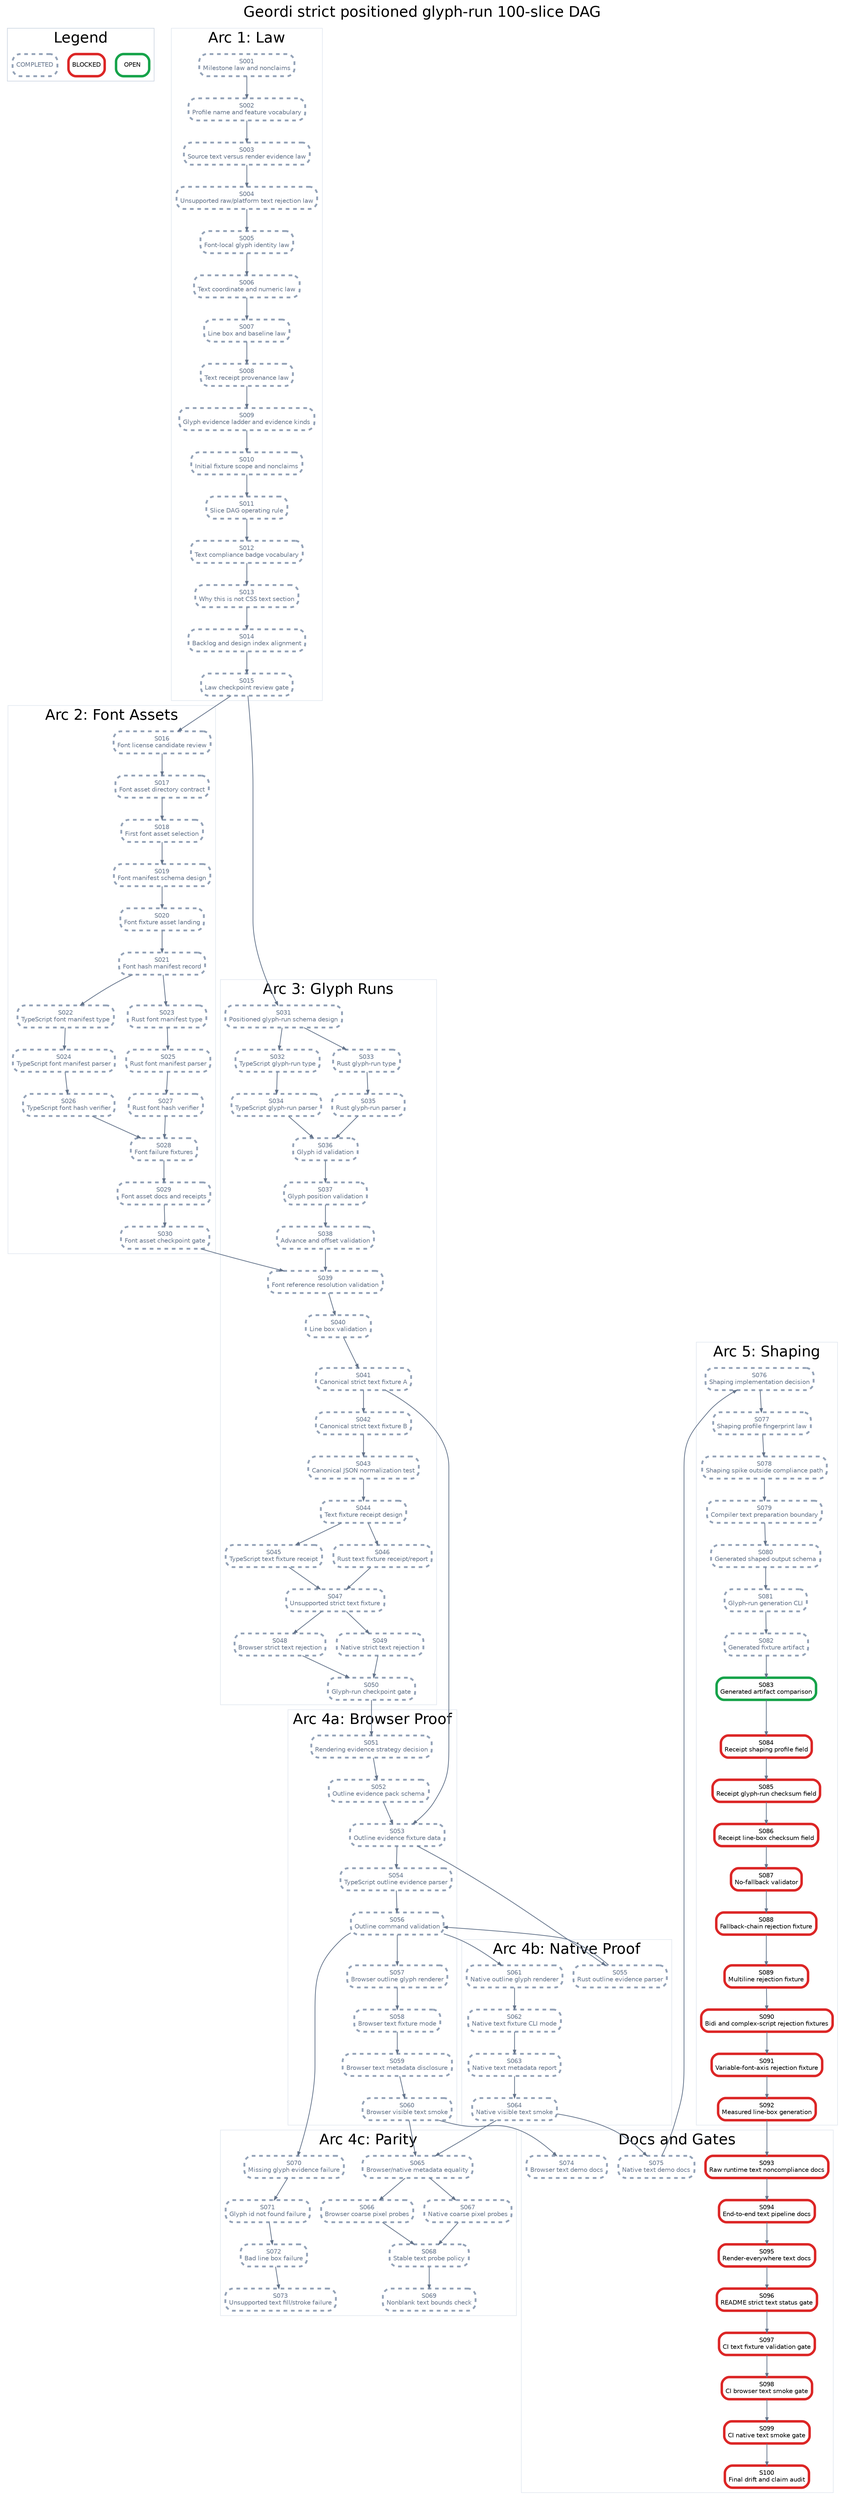
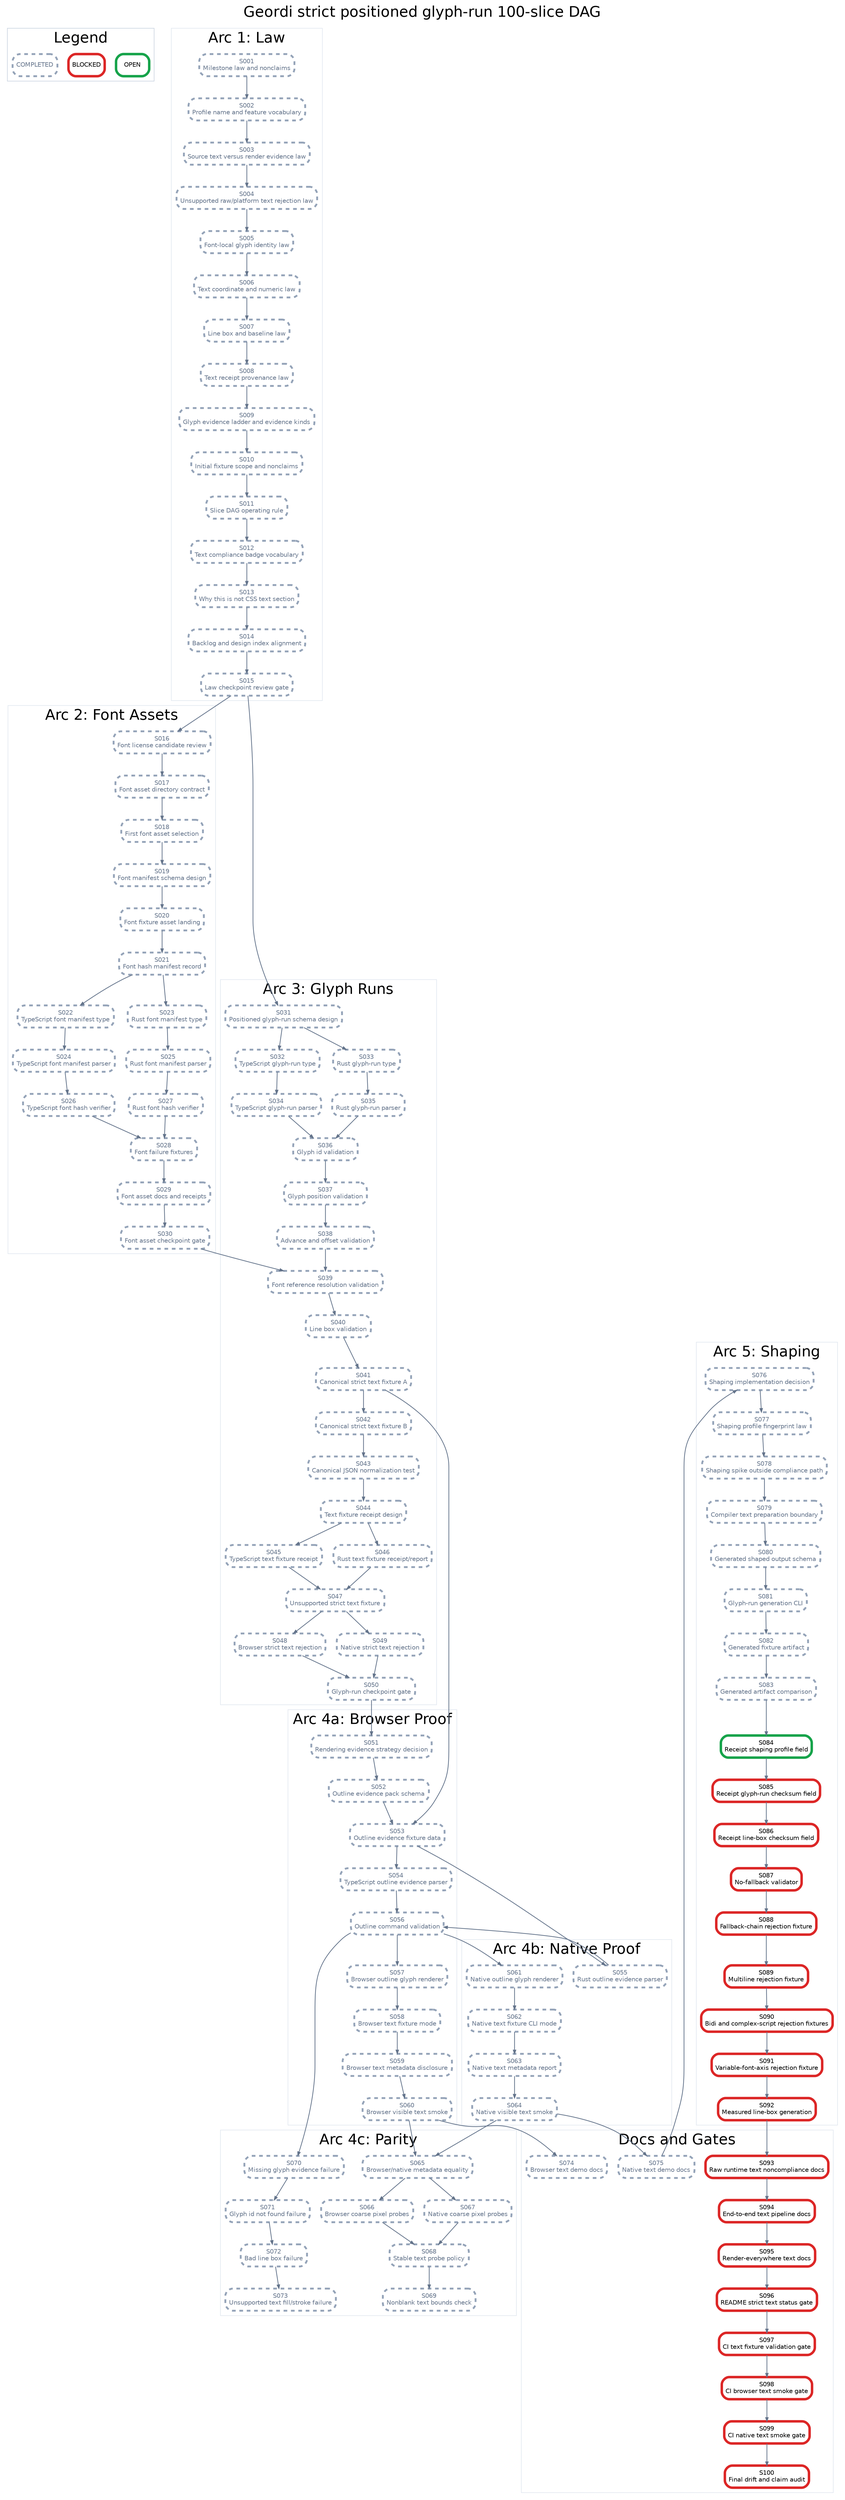
digraph StrictPositionedGlyphRunPlan {
  graph [rankdir=TB, bgcolor="white", fontname="Helvetica", label="Geordi strict positioned glyph-run 100-slice DAG", labelloc="t", fontsize=24];
  node [shape=box, style="rounded,filled", fillcolor="white", fontname="Helvetica", fontsize=10, margin="0.08,0.05"];
  edge [color="#64748b", arrowsize=0.6, penwidth=1.2];

  subgraph cluster_legend {
    label="Legend";
    color="#cbd5e1";
    legend_open [label="OPEN", color="#16a34a", penwidth=4];
    legend_blocked [label="BLOCKED", color="#dc2626", penwidth=4];
    legend_done [label="COMPLETED", color="#94a3b8", penwidth=3, style="rounded,filled,dashed", fontcolor="#64748b"];
  }

  subgraph cluster_law {
    label="Arc 1: Law";
    color="#e2e8f0";
    S001 [label="S001\nMilestone law and nonclaims", color="#94a3b8", penwidth=3, style="rounded,filled,dashed", fontcolor="#64748b"];
    S002 [label="S002\nProfile name and feature vocabulary", color="#94a3b8", penwidth=3, style="rounded,filled,dashed", fontcolor="#64748b"];
    S003 [label="S003\nSource text versus render evidence law", color="#94a3b8", penwidth=3, style="rounded,filled,dashed", fontcolor="#64748b"];
    S004 [label="S004\nUnsupported raw/platform text rejection law", color="#94a3b8", penwidth=3, style="rounded,filled,dashed", fontcolor="#64748b"];
    S005 [label="S005\nFont-local glyph identity law", color="#94a3b8", penwidth=3, style="rounded,filled,dashed", fontcolor="#64748b"];
    S006 [label="S006\nText coordinate and numeric law", color="#94a3b8", penwidth=3, style="rounded,filled,dashed", fontcolor="#64748b"];
    S007 [label="S007\nLine box and baseline law", color="#94a3b8", penwidth=3, style="rounded,filled,dashed", fontcolor="#64748b"];
    S008 [label="S008\nText receipt provenance law", color="#94a3b8", penwidth=3, style="rounded,filled,dashed", fontcolor="#64748b"];
    S009 [label="S009\nGlyph evidence ladder and evidence kinds", color="#94a3b8", penwidth=3, style="rounded,filled,dashed", fontcolor="#64748b"];
    S010 [label="S010\nInitial fixture scope and nonclaims", color="#94a3b8", penwidth=3, style="rounded,filled,dashed", fontcolor="#64748b"];
    S011 [label="S011\nSlice DAG operating rule", color="#94a3b8", penwidth=3, style="rounded,filled,dashed", fontcolor="#64748b"];
    S012 [label="S012\nText compliance badge vocabulary", color="#94a3b8", penwidth=3, style="rounded,filled,dashed", fontcolor="#64748b"];
    S013 [label="S013\nWhy this is not CSS text section", color="#94a3b8", penwidth=3, style="rounded,filled,dashed", fontcolor="#64748b"];
    S014 [label="S014\nBacklog and design index alignment", color="#94a3b8", penwidth=3, style="rounded,filled,dashed", fontcolor="#64748b"];
    S015 [label="S015\nLaw checkpoint review gate", color="#94a3b8", penwidth=3, style="rounded,filled,dashed", fontcolor="#64748b"];
  }

  subgraph cluster_assets {
    label="Arc 2: Font Assets";
    color="#e2e8f0";
    S016 [label="S016\nFont license candidate review", color="#94a3b8", penwidth=3, style="rounded,filled,dashed", fontcolor="#64748b"];
    S017 [label="S017\nFont asset directory contract", color="#94a3b8", penwidth=3, style="rounded,filled,dashed", fontcolor="#64748b"];
    S018 [label="S018\nFirst font asset selection", color="#94a3b8", penwidth=3, style="rounded,filled,dashed", fontcolor="#64748b"];
    S019 [label="S019\nFont manifest schema design", color="#94a3b8", penwidth=3, style="rounded,filled,dashed", fontcolor="#64748b"];
    S020 [label="S020\nFont fixture asset landing", color="#94a3b8", penwidth=3, style="rounded,filled,dashed", fontcolor="#64748b"];
    S021 [label="S021\nFont hash manifest record", color="#94a3b8", penwidth=3, style="rounded,filled,dashed", fontcolor="#64748b"];
    S022 [label="S022\nTypeScript font manifest type", color="#94a3b8", penwidth=3, style="rounded,filled,dashed", fontcolor="#64748b"];
    S023 [label="S023\nRust font manifest type", color="#94a3b8", penwidth=3, style="rounded,filled,dashed", fontcolor="#64748b"];
    S024 [label="S024\nTypeScript font manifest parser", color="#94a3b8", penwidth=3, style="rounded,filled,dashed", fontcolor="#64748b"];
    S025 [label="S025\nRust font manifest parser", color="#94a3b8", penwidth=3, style="rounded,filled,dashed", fontcolor="#64748b"];
    S026 [label="S026\nTypeScript font hash verifier", color="#94a3b8", penwidth=3, style="rounded,filled,dashed", fontcolor="#64748b"];
    S027 [label="S027\nRust font hash verifier", color="#94a3b8", penwidth=3, style="rounded,filled,dashed", fontcolor="#64748b"];
    S028 [label="S028\nFont failure fixtures", color="#94a3b8", penwidth=3, style="rounded,filled,dashed", fontcolor="#64748b"];
    S029 [label="S029\nFont asset docs and receipts", color="#94a3b8", penwidth=3, style="rounded,filled,dashed", fontcolor="#64748b"];
    S030 [label="S030\nFont asset checkpoint gate", color="#94a3b8", penwidth=3, style="rounded,filled,dashed", fontcolor="#64748b"];
  }

  subgraph cluster_glyph {
    label="Arc 3: Glyph Runs";
    color="#e2e8f0";
    S031 [label="S031\nPositioned glyph-run schema design", color="#94a3b8", penwidth=3, style="rounded,filled,dashed", fontcolor="#64748b"];
    S032 [label="S032\nTypeScript glyph-run type", color="#94a3b8", penwidth=3, style="rounded,filled,dashed", fontcolor="#64748b"];
    S033 [label="S033\nRust glyph-run type", color="#94a3b8", penwidth=3, style="rounded,filled,dashed", fontcolor="#64748b"];
    S034 [label="S034\nTypeScript glyph-run parser", color="#94a3b8", penwidth=3, style="rounded,filled,dashed", fontcolor="#64748b"];
    S035 [label="S035\nRust glyph-run parser", color="#94a3b8", penwidth=3, style="rounded,filled,dashed", fontcolor="#64748b"];
    S036 [label="S036\nGlyph id validation", color="#94a3b8", penwidth=3, style="rounded,filled,dashed", fontcolor="#64748b"];
    S037 [label="S037\nGlyph position validation", color="#94a3b8", penwidth=3, style="rounded,filled,dashed", fontcolor="#64748b"];
    S038 [label="S038\nAdvance and offset validation", color="#94a3b8", penwidth=3, style="rounded,filled,dashed", fontcolor="#64748b"];
    S039 [label="S039\nFont reference resolution validation", color="#94a3b8", penwidth=3, style="rounded,filled,dashed", fontcolor="#64748b"];
    S040 [label="S040\nLine box validation", color="#94a3b8", penwidth=3, style="rounded,filled,dashed", fontcolor="#64748b"];
    S041 [label="S041\nCanonical strict text fixture A", color="#94a3b8", penwidth=3, style="rounded,filled,dashed", fontcolor="#64748b"];
    S042 [label="S042\nCanonical strict text fixture B", color="#94a3b8", penwidth=3, style="rounded,filled,dashed", fontcolor="#64748b"];
    S043 [label="S043\nCanonical JSON normalization test", color="#94a3b8", penwidth=3, style="rounded,filled,dashed", fontcolor="#64748b"];
    S044 [label="S044\nText fixture receipt design", color="#94a3b8", penwidth=3, style="rounded,filled,dashed", fontcolor="#64748b"];
    S045 [label="S045\nTypeScript text fixture receipt", color="#94a3b8", penwidth=3, style="rounded,filled,dashed", fontcolor="#64748b"];
    S046 [label="S046\nRust text fixture receipt/report", color="#94a3b8", penwidth=3, style="rounded,filled,dashed", fontcolor="#64748b"];
    S047 [label="S047\nUnsupported strict text fixture", color="#94a3b8", penwidth=3, style="rounded,filled,dashed", fontcolor="#64748b"];
    S048 [label="S048\nBrowser strict text rejection", color="#94a3b8", penwidth=3, style="rounded,filled,dashed", fontcolor="#64748b"];
    S049 [label="S049\nNative strict text rejection", color="#94a3b8", penwidth=3, style="rounded,filled,dashed", fontcolor="#64748b"];
    S050 [label="S050\nGlyph-run checkpoint gate", color="#94a3b8", penwidth=3, style="rounded,filled,dashed", fontcolor="#64748b"];
  }

  subgraph cluster_browser {
    label="Arc 4a: Browser Proof";
    color="#e2e8f0";
    S051 [label="S051\nRendering evidence strategy decision", color="#94a3b8", penwidth=3, style="rounded,filled,dashed", fontcolor="#64748b"];
    S052 [label="S052\nOutline evidence pack schema", color="#94a3b8", penwidth=3, style="rounded,filled,dashed", fontcolor="#64748b"];
    S053 [label="S053\nOutline evidence fixture data", color="#94a3b8", penwidth=3, style="rounded,filled,dashed", fontcolor="#64748b"];
    S054 [label="S054\nTypeScript outline evidence parser", color="#94a3b8", penwidth=3, style="rounded,filled,dashed", fontcolor="#64748b"];
    S056 [label="S056\nOutline command validation", color="#94a3b8", penwidth=3, style="rounded,filled,dashed", fontcolor="#64748b"];
    S057 [label="S057\nBrowser outline glyph renderer", color="#94a3b8", penwidth=3, style="rounded,filled,dashed", fontcolor="#64748b"];
    S058 [label="S058\nBrowser text fixture mode", color="#94a3b8", penwidth=3, style="rounded,filled,dashed", fontcolor="#64748b"];
    S059 [label="S059\nBrowser text metadata disclosure", color="#94a3b8", penwidth=3, style="rounded,filled,dashed", fontcolor="#64748b"];
    S060 [label="S060\nBrowser visible text smoke", color="#94a3b8", penwidth=3, style="rounded,filled,dashed", fontcolor="#64748b"];
  }

  subgraph cluster_native {
    label="Arc 4b: Native Proof";
    color="#e2e8f0";
    S055 [label="S055\nRust outline evidence parser", color="#94a3b8", penwidth=3, style="rounded,filled,dashed", fontcolor="#64748b"];
    S061 [label="S061\nNative outline glyph renderer", color="#94a3b8", penwidth=3, style="rounded,filled,dashed", fontcolor="#64748b"];
    S062 [label="S062\nNative text fixture CLI mode", color="#94a3b8", penwidth=3, style="rounded,filled,dashed", fontcolor="#64748b"];
    S063 [label="S063\nNative text metadata report", color="#94a3b8", penwidth=3, style="rounded,filled,dashed", fontcolor="#64748b"];
    S064 [label="S064\nNative visible text smoke", color="#94a3b8", penwidth=3, style="rounded,filled,dashed", fontcolor="#64748b"];
  }

  subgraph cluster_parity {
    label="Arc 4c: Parity";
    color="#e2e8f0";
    S065 [label="S065\nBrowser/native metadata equality", color="#94a3b8", penwidth=3, style="rounded,filled,dashed", fontcolor="#64748b"];
    S066 [label="S066\nBrowser coarse pixel probes", color="#94a3b8", penwidth=3, style="rounded,filled,dashed", fontcolor="#64748b"];
    S067 [label="S067\nNative coarse pixel probes", color="#94a3b8", penwidth=3, style="rounded,filled,dashed", fontcolor="#64748b"];
    S068 [label="S068\nStable text probe policy", color="#94a3b8", penwidth=3, style="rounded,filled,dashed", fontcolor="#64748b"];
    S069 [label="S069\nNonblank text bounds check", color="#94a3b8", penwidth=3, style="rounded,filled,dashed", fontcolor="#64748b"];
    S070 [label="S070\nMissing glyph evidence failure", color="#94a3b8", penwidth=3, style="rounded,filled,dashed", fontcolor="#64748b"];
    S071 [label="S071\nGlyph id not found failure", color="#94a3b8", penwidth=3, style="rounded,filled,dashed", fontcolor="#64748b"];
    S072 [label="S072\nBad line box failure", color="#94a3b8", penwidth=3, style="rounded,filled,dashed", fontcolor="#64748b"];
    S073 [label="S073\nUnsupported text fill/stroke failure", color="#94a3b8", penwidth=3, style="rounded,filled,dashed", fontcolor="#64748b"];
  }

  subgraph cluster_shaping {
    label="Arc 5: Shaping";
    color="#e2e8f0";
    S076 [label="S076\nShaping implementation decision", color="#94a3b8", penwidth=3, style="rounded,filled,dashed", fontcolor="#64748b"];
    S077 [label="S077\nShaping profile fingerprint law", color="#94a3b8", penwidth=3, style="rounded,filled,dashed", fontcolor="#64748b"];
    S078 [label="S078\nShaping spike outside compliance path", color="#94a3b8", penwidth=3, style="rounded,filled,dashed", fontcolor="#64748b"];
    S079 [label="S079\nCompiler text preparation boundary", color="#94a3b8", penwidth=3, style="rounded,filled,dashed", fontcolor="#64748b"];
    S080 [label="S080\nGenerated shaped output schema", color="#94a3b8", penwidth=3, style="rounded,filled,dashed", fontcolor="#64748b"];
    S081 [label="S081\nGlyph-run generation CLI", color="#94a3b8", penwidth=3, style="rounded,filled,dashed", fontcolor="#64748b"];
    S082 [label="S082\nGenerated fixture artifact", color="#94a3b8", penwidth=3, style="rounded,filled,dashed", fontcolor="#64748b"];
-     S083 [label="S083\nGenerated artifact comparison", color="#16a34a", penwidth=4];
-     S084 [label="S084\nReceipt shaping profile field", color="#dc2626", penwidth=4];
+     S083 [label="S083\nGenerated artifact comparison", color="#94a3b8", penwidth=3, style="rounded,filled,dashed", fontcolor="#64748b"];
+     S084 [label="S084\nReceipt shaping profile field", color="#16a34a", penwidth=4];
    S085 [label="S085\nReceipt glyph-run checksum field", color="#dc2626", penwidth=4];
    S086 [label="S086\nReceipt line-box checksum field", color="#dc2626", penwidth=4];
    S087 [label="S087\nNo-fallback validator", color="#dc2626", penwidth=4];
    S088 [label="S088\nFallback-chain rejection fixture", color="#dc2626", penwidth=4];
    S089 [label="S089\nMultiline rejection fixture", color="#dc2626", penwidth=4];
    S090 [label="S090\nBidi and complex-script rejection fixtures", color="#dc2626", penwidth=4];
    S091 [label="S091\nVariable-font-axis rejection fixture", color="#dc2626", penwidth=4];
    S092 [label="S092\nMeasured line-box generation", color="#dc2626", penwidth=4];
  }

  subgraph cluster_docs {
    label="Docs and Gates";
    color="#e2e8f0";
    S074 [label="S074\nBrowser text demo docs", color="#94a3b8", penwidth=3, style="rounded,filled,dashed", fontcolor="#64748b"];
    S075 [label="S075\nNative text demo docs", color="#94a3b8", penwidth=3, style="rounded,filled,dashed", fontcolor="#64748b"];
    S093 [label="S093\nRaw runtime text noncompliance docs", color="#dc2626", penwidth=4];
    S094 [label="S094\nEnd-to-end text pipeline docs", color="#dc2626", penwidth=4];
    S095 [label="S095\nRender-everywhere text docs", color="#dc2626", penwidth=4];
    S096 [label="S096\nREADME strict text status gate", color="#dc2626", penwidth=4];
    S097 [label="S097\nCI text fixture validation gate", color="#dc2626", penwidth=4];
    S098 [label="S098\nCI browser text smoke gate", color="#dc2626", penwidth=4];
    S099 [label="S099\nCI native text smoke gate", color="#dc2626", penwidth=4];
    S100 [label="S100\nFinal drift and claim audit", color="#dc2626", penwidth=4];
  }

  S001 -> S002;
  S002 -> S003;
  S003 -> S004;
  S004 -> S005;
  S005 -> S006;
  S006 -> S007;
  S007 -> S008;
  S008 -> S009;
  S009 -> S010;
  S010 -> S011;
  S011 -> S012;
  S012 -> S013;
  S013 -> S014;
  S014 -> S015;
  S015 -> S016;
  S016 -> S017;
  S017 -> S018;
  S018 -> S019;
  S019 -> S020;
  S020 -> S021;
  S021 -> S022;
  S021 -> S023;
  S022 -> S024;
  S023 -> S025;
  S024 -> S026;
  S025 -> S027;
  S026 -> S028;
  S027 -> S028;
  S028 -> S029;
  S029 -> S030;
  S015 -> S031;
  S031 -> S032;
  S031 -> S033;
  S032 -> S034;
  S033 -> S035;
  S034 -> S036;
  S035 -> S036;
  S036 -> S037;
  S037 -> S038;
  S038 -> S039;
  S039 -> S040;
  S030 -> S039;
  S040 -> S041;
  S041 -> S042;
  S042 -> S043;
  S043 -> S044;
  S044 -> S045;
  S044 -> S046;
  S045 -> S047;
  S046 -> S047;
  S047 -> S048;
  S047 -> S049;
  S048 -> S050;
  S049 -> S050;
  S050 -> S051;
  S051 -> S052;
  S052 -> S053;
  S041 -> S053;
  S053 -> S054;
  S053 -> S055;
  S054 -> S056;
  S055 -> S056;
  S056 -> S057;
  S057 -> S058;
  S058 -> S059;
  S059 -> S060;
  S056 -> S061;
  S061 -> S062;
  S062 -> S063;
  S063 -> S064;
  S060 -> S065;
  S064 -> S065;
  S065 -> S066;
  S065 -> S067;
  S066 -> S068;
  S067 -> S068;
  S068 -> S069;
  S056 -> S070;
  S070 -> S071;
  S071 -> S072;
  S072 -> S073;
  S060 -> S074;
  S064 -> S075;
  S075 -> S076;
  S076 -> S077;
  S077 -> S078;
  S078 -> S079;
  S079 -> S080;
  S080 -> S081;
  S081 -> S082;
  S082 -> S083;
  S083 -> S084;
  S084 -> S085;
  S085 -> S086;
  S086 -> S087;
  S087 -> S088;
  S088 -> S089;
  S089 -> S090;
  S090 -> S091;
  S091 -> S092;
  S092 -> S093;
  S093 -> S094;
  S094 -> S095;
  S095 -> S096;
  S096 -> S097;
  S097 -> S098;
  S098 -> S099;
  S099 -> S100;
}
